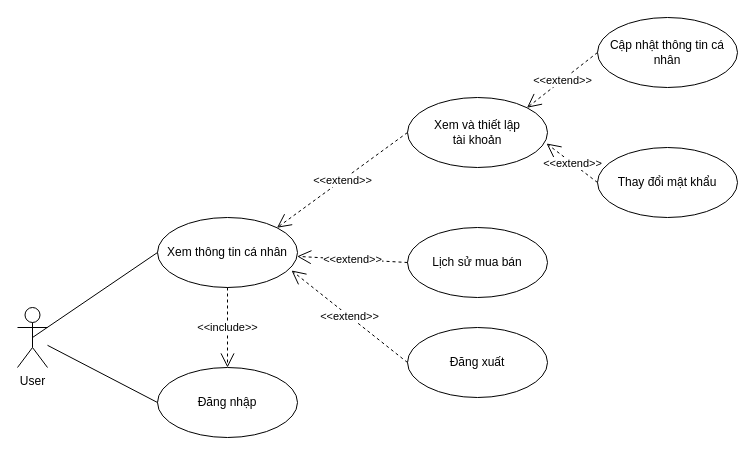
The draw.io diagram Untitled Diagram.drawio in dothanhqt9x/test, before the edit. Source tidied: cells renumbered, new cells numbered last; positions are measured from the earlier drawing's top-left corner, leaving out a move shared by most shapes. Both pictures are drawn from the tidied source at 100%, with x=0, y=0 at pixel (17, 17).
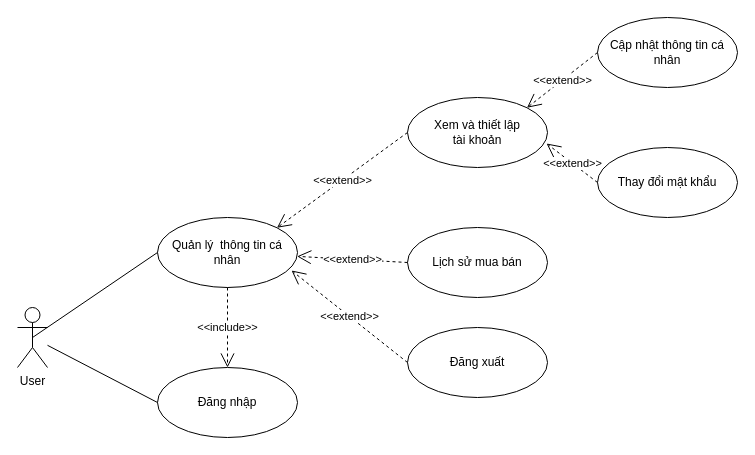
Above is the later version.

Commit message:
user_profile

What changed in the source:
```diff
@@
 <mxGraphModel>
   <root>
     <mxCell id="0" />
     <mxCell id="1" parent="0" />
     <mxCell id="2" value="User" style="shape=umlActor;verticalLabelPosition=bottom;verticalAlign=top;html=1;" parent="1" vertex="1">
       <mxGeometry y="290" width="30" height="60" as="geometry" />
     </mxCell>
-    <mxCell id="3" value="Xem thông tin cá nhân" style="ellipse;whiteSpace=wrap;html=1;" parent="1" vertex="1">
+    <mxCell id="3" value="Quản lý&amp;nbsp; thông tin cá nhân" style="ellipse;whiteSpace=wrap;html=1;" parent="1" vertex="1">
       <mxGeometry x="140" y="200" width="140" height="70" as="geometry" />
     </mxCell>
     <mxCell id="4" value="Đăng nhập" style="ellipse;whiteSpace=wrap;html=1;" parent="1" vertex="1">
       <mxGeometry x="140" y="350" width="140" height="70" as="geometry" />
     </mxCell>
     <mxCell id="5" style="endArrow=none;html=1;rounded=0;exitX=0.5;exitY=0.5;exitDx=0;exitDy=0;exitPerimeter=0;entryX=0;entryY=0.5;entryDx=0;entryDy=0;" parent="1" edge="1" source="2" target="3">
       <mxGeometry relative="1" as="geometry" />
     </mxCell>
     <mxCell id="6" style="endArrow=none;html=1;rounded=0;entryX=0;entryY=0.5;entryDx=0;entryDy=0;" parent="1" edge="1" source="2" target="4">
       <mxGeometry relative="1" as="geometry" />
     </mxCell>
     <mxCell id="7" value="&amp;lt;&amp;lt;include&amp;gt;&amp;gt;" style="endArrow=open;endSize=12;dashed=1;html=1;rounded=0;exitX=0.5;exitY=1;exitDx=0;exitDy=0;" parent="1" edge="1" source="3" target="4">
       <mxGeometry relative="1" as="geometry" />
     </mxCell>
     <mxCell id="8" value="Xem và thiết lập&lt;br&gt;tài khoản" style="ellipse;whiteSpace=wrap;html=1;" parent="1" vertex="1">
       <mxGeometry x="390" y="80" width="140" height="70" as="geometry" />
     </mxCell>
     <mxCell id="9" value="Lịch sử mua bán" style="ellipse;whiteSpace=wrap;html=1;" parent="1" vertex="1">
       <mxGeometry x="390" y="210" width="140" height="70" as="geometry" />
     </mxCell>
     <mxCell id="10" value="Đăng xuất" style="ellipse;whiteSpace=wrap;html=1;" parent="1" vertex="1">
       <mxGeometry x="390" y="310" width="140" height="70" as="geometry" />
     </mxCell>
     <mxCell id="11" value="&amp;lt;&amp;lt;extend&amp;gt;&amp;gt;" style="endArrow=open;endSize=12;dashed=1;html=1;rounded=0;exitX=0;exitY=0.5;exitDx=0;exitDy=0;entryX=0.957;entryY=0.757;entryDx=0;entryDy=0;entryPerimeter=0;" parent="1" edge="1" source="10" target="3">
       <mxGeometry relative="1" as="geometry" />
     </mxCell>
     <mxCell id="12" value="&amp;lt;&amp;lt;extend&amp;gt;&amp;gt;" style="endArrow=open;endSize=12;dashed=1;html=1;rounded=0;exitX=0;exitY=0.5;exitDx=0;exitDy=0;" parent="1" edge="1" source="9" target="3">
       <mxGeometry relative="1" as="geometry" />
     </mxCell>
     <mxCell id="13" value="&amp;lt;&amp;lt;extend&amp;gt;&amp;gt;" style="endArrow=open;endSize=12;dashed=1;html=1;rounded=0;exitX=0;exitY=0.5;exitDx=0;exitDy=0;entryX=1;entryY=0;entryDx=0;entryDy=0;" parent="1" edge="1" source="8" target="3">
       <mxGeometry relative="1" as="geometry" />
     </mxCell>
     <mxCell id="14" value="Cập nhật thông tin cá nhân" style="ellipse;whiteSpace=wrap;html=1;" parent="1" vertex="1">
       <mxGeometry x="580" width="140" height="70" as="geometry" />
     </mxCell>
     <mxCell id="15" value="Thay đổi mật khẩu" style="ellipse;whiteSpace=wrap;html=1;" parent="1" vertex="1">
       <mxGeometry x="580" y="130" width="140" height="70" as="geometry" />
     </mxCell>
     <mxCell id="16" value="&amp;lt;&amp;lt;extend&amp;gt;&amp;gt;" style="endArrow=open;endSize=12;dashed=1;html=1;rounded=0;exitX=0;exitY=0.5;exitDx=0;exitDy=0;entryX=0.993;entryY=0.657;entryDx=0;entryDy=0;entryPerimeter=0;" parent="1" edge="1" source="15" target="8">
       <mxGeometry relative="1" as="geometry" />
     </mxCell>
     <mxCell id="17" value="&amp;lt;&amp;lt;extend&amp;gt;&amp;gt;" style="endArrow=open;endSize=12;dashed=1;html=1;rounded=0;exitX=0;exitY=0.5;exitDx=0;exitDy=0;entryX=1;entryY=0;entryDx=0;entryDy=0;" parent="1" edge="1" source="14" target="8">
       <mxGeometry relative="1" as="geometry" />
     </mxCell>
   </root>
 </mxGraphModel>
```
